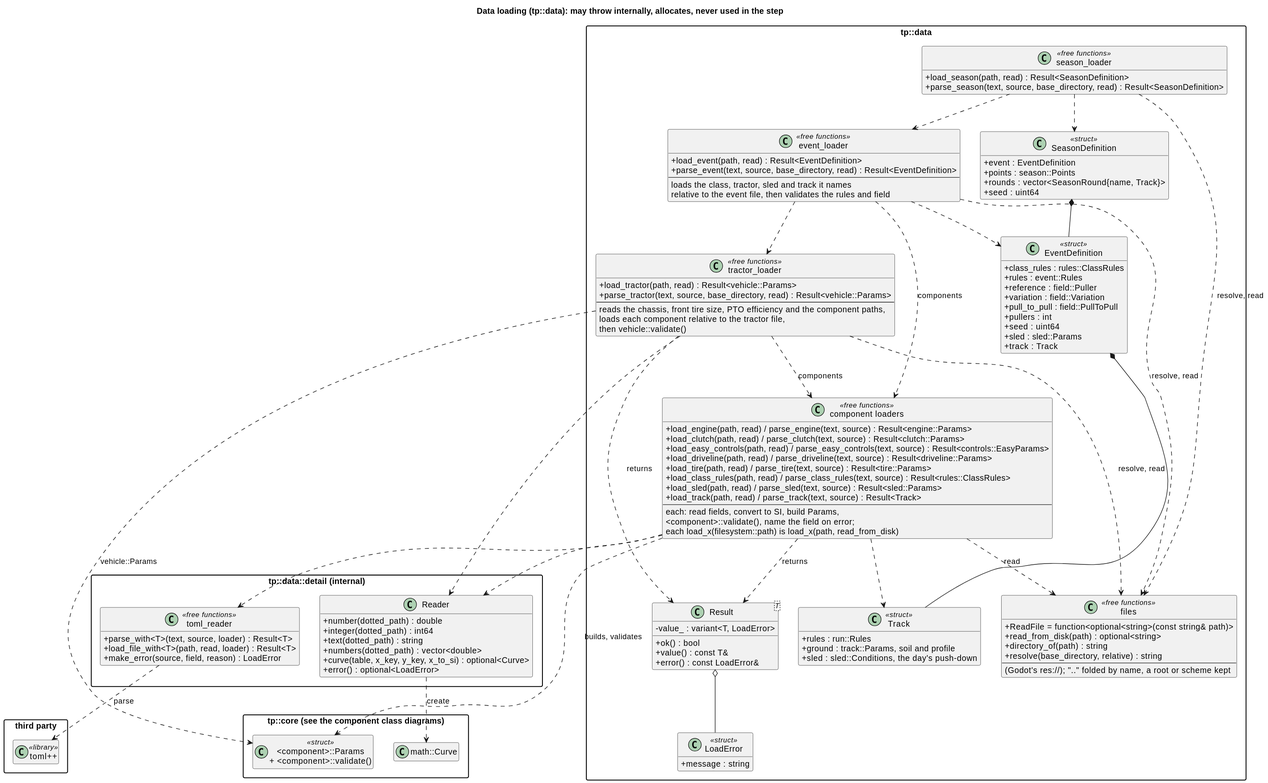
wversteeg/TractorPulling keeps this PlantUML diagram as docs/diagrams/svg/data_io_classes.svg. Above is the earlier version.
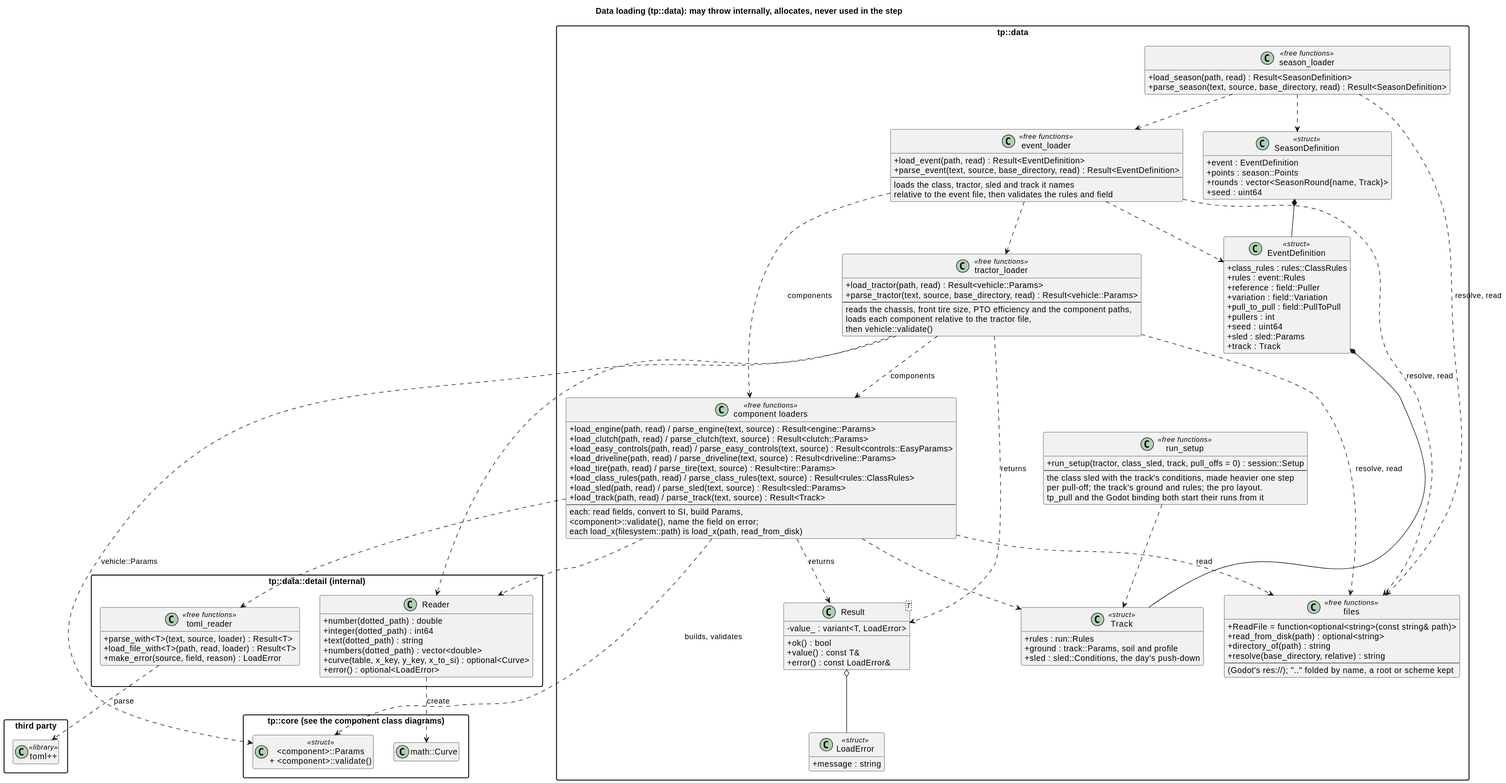
The same file after the commit.

Diff of the diagram source:
```diff
@@ -70,6 +70,14 @@
     +load_season(path, read) : Result<SeasonDefinition>
     +parse_season(text, source, base_directory, read) : Result<SeasonDefinition>
   }
+  class "run_setup" as RunSetup <<free functions>> {
+    +run_setup(tractor, class_sled, track, pull_offs = 0) : session::Setup
+    --
+    the class sled with the track's conditions, made heavier one step
+    per pull-off; the track's ground and rules; the pro layout.
+    tp_pull and the Godot binding both start their runs from it
+  }
+  RunSetup ..> Track
   class "tractor_loader" as TractorLoader <<free functions>> {
     +load_tractor(path, read) : Result<vehicle::Params>
     +parse_tractor(text, source, base_directory, read) : Result<vehicle::Params>
```
